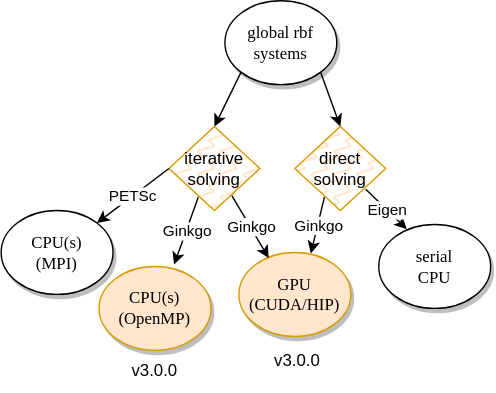
precice/precice.github.io keeps this draw.io diagram as images/docs/configuration/doc-mapping-rbf-executors.svg. Above is the earlier version. Source tidied: cells renumbered, new cells last; positions are measured from the earlier drawing's top-left corner, leaving out a move shared by most shapes.
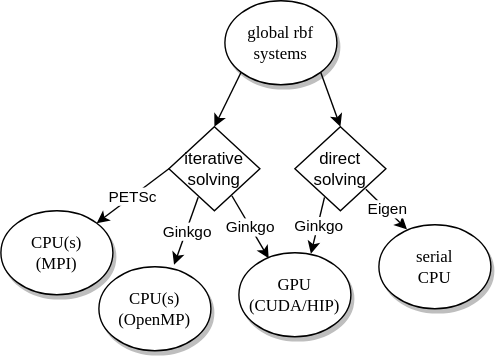
The same diagram one commit later.

What changed in the source:
```diff
@@ -5,10 +5,10 @@
     <mxCell id="2" value="global rbf&lt;br&gt;systems" style="ellipse;whiteSpace=wrap;html=1;rounded=0;shadow=1;comic=0;labelBackgroundColor=none;strokeWidth=1;fontFamily=Verdana;fontSize=12;align=center;" parent="1" vertex="1">
       <mxGeometry x="160" width="80" height="60" as="geometry" />
     </mxCell>
-    <mxCell id="3" value="direct&lt;br&gt;solving" style="rhombus;whiteSpace=wrap;html=1;fillColor=#ffe6cc;strokeColor=#d79b00;fillStyle=zigzag-line;" parent="1" vertex="1">
+    <mxCell id="3" value="direct&lt;br&gt;solving" style="rhombus;whiteSpace=wrap;html=1;fillStyle=zigzag-line;" parent="1" vertex="1">
       <mxGeometry x="210" y="90" width="65" height="60" as="geometry" />
     </mxCell>
-    <mxCell id="4" value="iterative&lt;br&gt;solving" style="rhombus;whiteSpace=wrap;html=1;fillColor=#ffe6cc;strokeColor=#d79b00;fillStyle=zigzag-line;" parent="1" vertex="1">
+    <mxCell id="4" value="iterative&lt;br&gt;solving" style="rhombus;whiteSpace=wrap;html=1;fillStyle=zigzag-line;" parent="1" vertex="1">
       <mxGeometry x="120" y="90" width="65" height="60" as="geometry" />
     </mxCell>
     <mxCell id="5" style="endArrow=classic;html=1;rounded=0;entryX=0.5;entryY=0;entryDx=0;entryDy=0;exitX=0;exitY=1;exitDx=0;exitDy=0;" parent="1" edge="1" source="2" target="4">
@@ -26,10 +26,10 @@
     <mxCell id="9" value="CPU(s)&lt;br&gt;(MPI)" style="ellipse;whiteSpace=wrap;html=1;rounded=0;shadow=1;comic=0;labelBackgroundColor=none;strokeWidth=1;fontFamily=Verdana;fontSize=12;align=center;" parent="1" vertex="1">
       <mxGeometry y="150" width="80" height="60" as="geometry" />
     </mxCell>
-    <mxCell id="10" value="GPU&lt;br&gt;(CUDA/HIP)" style="ellipse;whiteSpace=wrap;html=1;rounded=0;shadow=1;comic=0;labelBackgroundColor=none;strokeWidth=1;fontFamily=Verdana;fontSize=12;align=center;fillColor=#ffe6cc;strokeColor=#d79b00;" parent="1" vertex="1">
+    <mxCell id="10" value="GPU&lt;br&gt;(CUDA/HIP)" style="ellipse;whiteSpace=wrap;html=1;rounded=0;shadow=1;comic=0;labelBackgroundColor=none;strokeWidth=1;fontFamily=Verdana;fontSize=12;align=center;" parent="1" vertex="1">
       <mxGeometry x="170" y="180" width="80" height="60" as="geometry" />
     </mxCell>
-    <mxCell id="11" value="CPU(s)&lt;br&gt;(OpenMP)" style="ellipse;whiteSpace=wrap;html=1;rounded=0;shadow=1;comic=0;labelBackgroundColor=none;strokeWidth=1;fontFamily=Verdana;fontSize=12;align=center;fillColor=#ffe6cc;strokeColor=#d79b00;" parent="1" vertex="1">
+    <mxCell id="11" value="CPU(s)&lt;br&gt;(OpenMP)" style="ellipse;whiteSpace=wrap;html=1;rounded=0;shadow=1;comic=0;labelBackgroundColor=none;strokeWidth=1;fontFamily=Verdana;fontSize=12;align=center;" parent="1" vertex="1">
       <mxGeometry x="70" y="190" width="80" height="60" as="geometry" />
     </mxCell>
     <mxCell id="12" value="serial&lt;br&gt;CPU" style="ellipse;whiteSpace=wrap;html=1;rounded=0;shadow=1;comic=0;labelBackgroundColor=none;strokeWidth=1;fontFamily=Verdana;fontSize=12;align=center;" parent="1" vertex="1">
@@ -59,11 +59,5 @@
     <mxCell id="20" value="Eigen" style="edgeLabel;html=1;align=center;verticalAlign=middle;" parent="19" vertex="1">
       <mxGeometry relative="1" as="geometry" />
     </mxCell>
-    <mxCell id="21" value="v3.0.0" style="text;html=1;strokeColor=none;fillColor=none;align=center;verticalAlign=middle;whiteSpace=wrap;rounded=0;" parent="1" vertex="1">
-      <mxGeometry x="80" y="250" width="60" height="30" as="geometry" />
-    </mxCell>
-    <mxCell id="22" value="v3.0.0" style="text;html=1;strokeColor=none;fillColor=none;align=center;verticalAlign=middle;whiteSpace=wrap;rounded=0;" parent="1" vertex="1">
-      <mxGeometry x="182" y="243" width="60" height="30" as="geometry" />
-    </mxCell>
   </root>
 </mxGraphModel>
```
